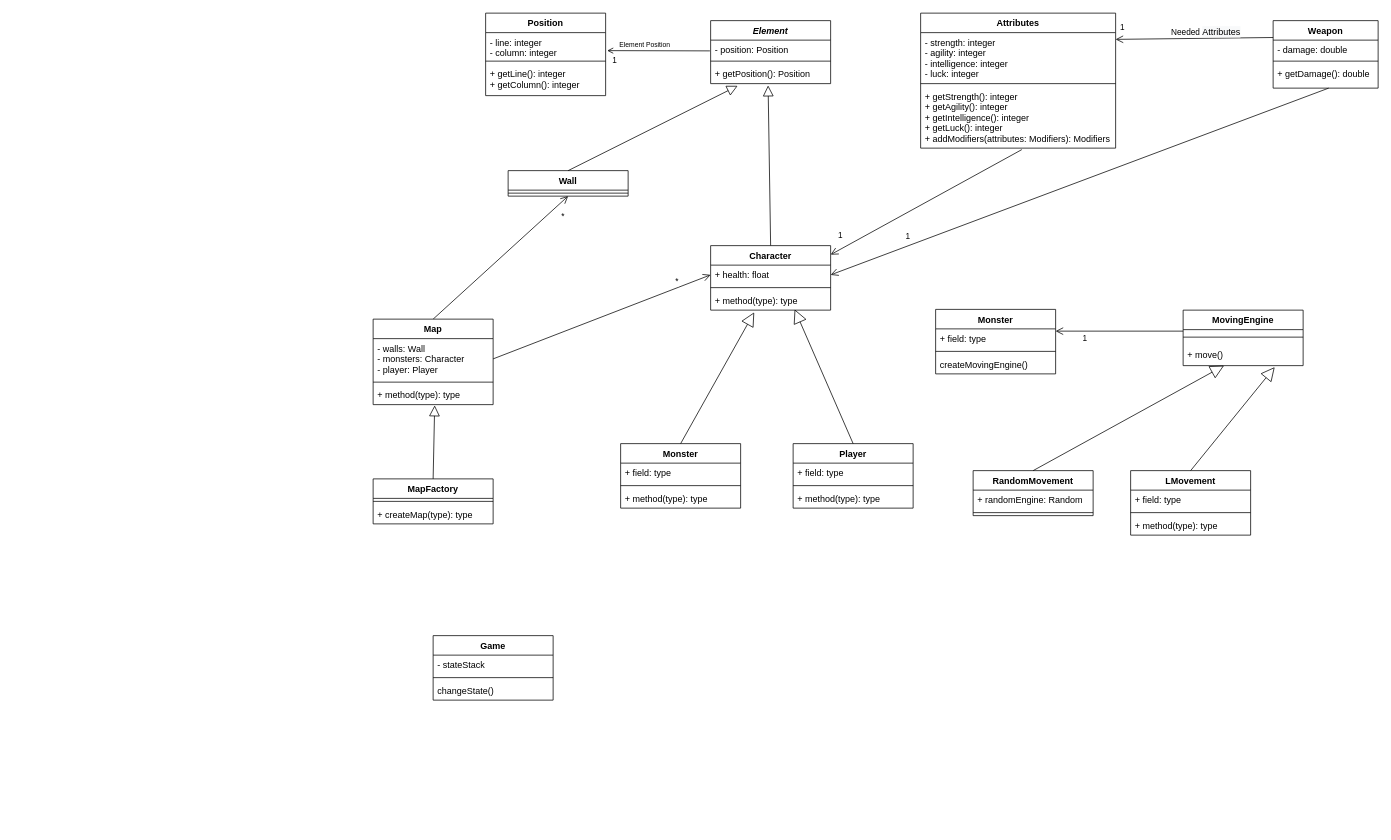
Above: page "Model" (1 of 2) of docs/UMLDiagram.drawio in marhcouto/fallout0 (draw.io), before the change. Source tidied: cells renumbered, new cells numbered last; positions are measured from the earlier drawing's top-left corner, leaving out a move shared by most shapes. Both pictures are drawn from the tidied source at 75%, with x=0, y=0 at pixel (373, 13).
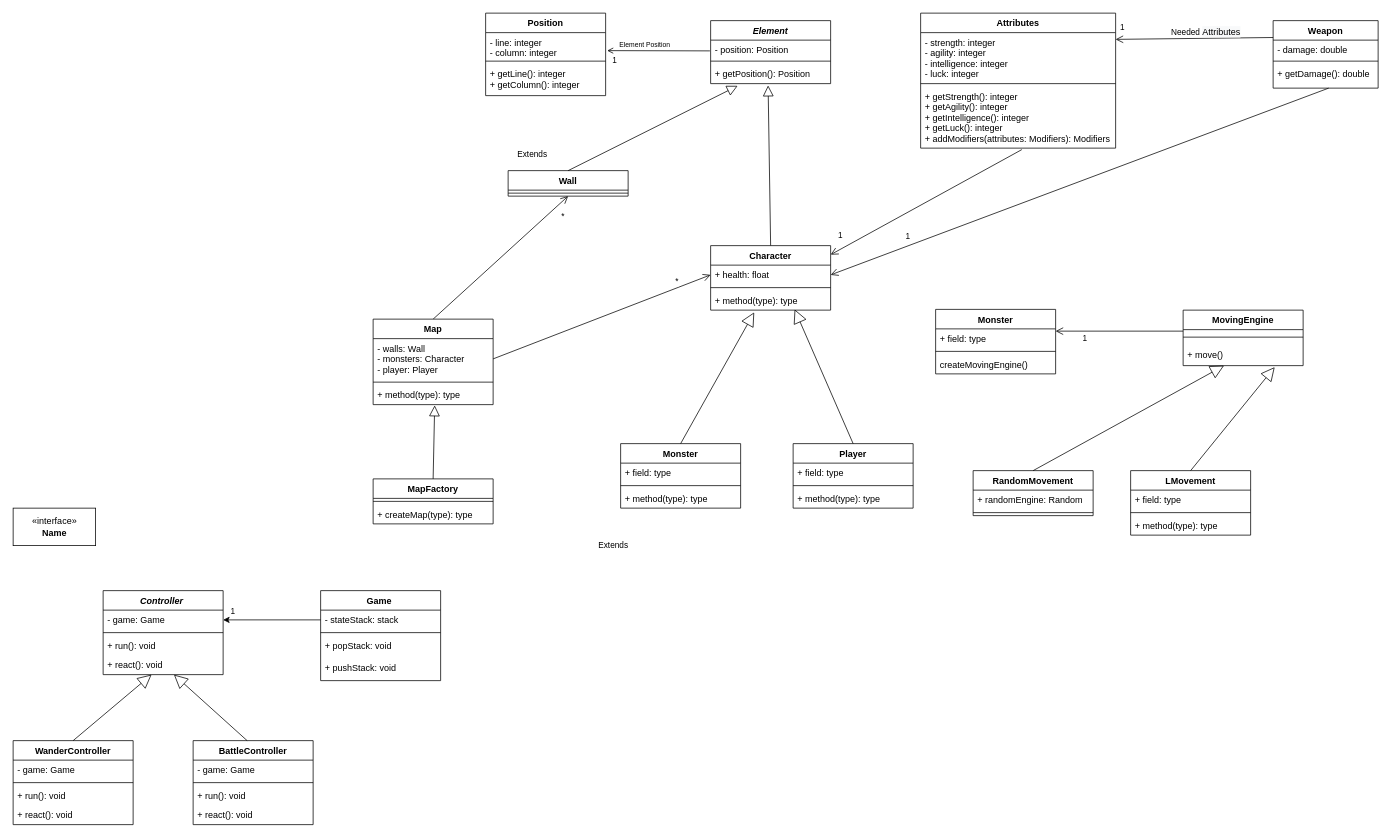
The same diagram, later.

Diff of the diagram source:
```diff
@@
-    <mxCell id="71" value="Game" style="swimlane;fontStyle=1;align=center;verticalAlign=top;horizontal=1;startSize=26;" parent="1" vertex="1">
-      <mxGeometry x="80" y="830" width="160" height="86" as="geometry" />
+    <mxCell id="71" value="Game " style="swimlane;fontStyle=1;align=center;verticalAlign=top;horizontal=1;startSize=26;" parent="1" vertex="1">
+      <mxGeometry x="-70" y="770" width="160" height="120" as="geometry" />
     </mxCell>
-    <mxCell id="72" value="- stateStack" style="text;strokeColor=none;fillColor=none;align=left;verticalAlign=top;spacingLeft=4;spacingRight=4;overflow=hidden;points=[[0,0.5],[1,0.5]];portConstraint=eastwest;" parent="71" vertex="1">
+    <mxCell id="72" value="- stateStack: stack" style="text;strokeColor=none;fillColor=none;align=left;verticalAlign=top;spacingLeft=4;spacingRight=4;overflow=hidden;points=[[0,0.5],[1,0.5]];portConstraint=eastwest;" parent="71" vertex="1">
       <mxGeometry y="26" width="160" height="26" as="geometry" />
     </mxCell>
@@
-    <mxCell id="74" value="changeState()" style="text;strokeColor=none;fillColor=none;align=left;verticalAlign=top;spacingLeft=4;spacingRight=4;overflow=hidden;" parent="71" vertex="1">
-      <mxGeometry y="60" width="160" height="26" as="geometry" />
+    <mxCell id="74" value="+ popStack: void" style="text;strokeColor=none;fillColor=none;align=left;verticalAlign=top;spacingLeft=4;spacingRight=4;overflow=hidden;" parent="71" vertex="1">
+      <mxGeometry y="60" width="160" height="30" as="geometry" />
     </mxCell>
+    <mxCell id="79" value="+ pushStack: void" style="text;strokeColor=none;fillColor=none;align=left;verticalAlign=top;spacingLeft=4;spacingRight=4;overflow=hidden;" parent="71" vertex="1">
+      <mxGeometry y="90" width="160" height="30" as="geometry" />
+    </mxCell>
@@
+    <mxCell id="80" value="&amp;laquo;interface&amp;raquo;&lt;br&gt;&lt;b&gt;Name&lt;/b&gt;" style="html=1;" parent="1" vertex="1">
+      <mxGeometry x="-480" y="660" width="110" height="50" as="geometry" />
+    </mxCell>
+    <mxCell id="81" value="WanderController" style="swimlane;fontStyle=1;align=center;verticalAlign=top;horizontal=1;startSize=26;" parent="1" vertex="1">
+      <mxGeometry x="-480" y="970" width="160" height="112" as="geometry" />
+    </mxCell>
+    <mxCell id="82" value="- game: Game" style="text;strokeColor=none;fillColor=none;align=left;verticalAlign=top;spacingLeft=4;spacingRight=4;overflow=hidden;" parent="81" vertex="1">
+      <mxGeometry y="26" width="160" height="26" as="geometry" />
+    </mxCell>
+    <mxCell id="83" style="line;strokeWidth=1;fillColor=none;align=left;verticalAlign=middle;spacingTop=-1;spacingLeft=3;spacingRight=3;labelPosition=right;" parent="81" vertex="1">
+      <mxGeometry y="52" width="160" height="8" as="geometry" />
+    </mxCell>
+    <mxCell id="84" value="+ run(): void" style="text;strokeColor=none;fillColor=none;align=left;verticalAlign=top;spacingLeft=4;spacingRight=4;overflow=hidden;" parent="81" vertex="1">
+      <mxGeometry y="60" width="160" height="26" as="geometry" />
+    </mxCell>
+    <mxCell id="85" value="+ react(): void" style="text;strokeColor=none;fillColor=none;align=left;verticalAlign=top;spacingLeft=4;spacingRight=4;overflow=hidden;" parent="81" vertex="1">
+      <mxGeometry y="86" width="160" height="26" as="geometry" />
+    </mxCell>
+    <mxCell id="86" value="BattleController" style="swimlane;fontStyle=1;align=center;verticalAlign=top;horizontal=1;startSize=26;" parent="1" vertex="1">
+      <mxGeometry x="-240" y="970" width="160" height="112" as="geometry" />
+    </mxCell>
+    <mxCell id="87" value="- game: Game" style="text;strokeColor=none;fillColor=none;align=left;verticalAlign=top;spacingLeft=4;spacingRight=4;overflow=hidden;" parent="86" vertex="1">
+      <mxGeometry y="26" width="160" height="26" as="geometry" />
+    </mxCell>
+    <mxCell id="88" style="line;strokeWidth=1;fillColor=none;align=left;verticalAlign=middle;spacingTop=-1;spacingLeft=3;spacingRight=3;labelPosition=right;" parent="86" vertex="1">
+      <mxGeometry y="52" width="160" height="8" as="geometry" />
+    </mxCell>
+    <mxCell id="89" value="+ run(): void" style="text;strokeColor=none;fillColor=none;align=left;verticalAlign=top;spacingLeft=4;spacingRight=4;overflow=hidden;" parent="86" vertex="1">
+      <mxGeometry y="60" width="160" height="26" as="geometry" />
+    </mxCell>
+    <mxCell id="90" value="+ react(): void" style="text;strokeColor=none;fillColor=none;align=left;verticalAlign=top;spacingLeft=4;spacingRight=4;overflow=hidden;" parent="86" vertex="1">
+      <mxGeometry y="86" width="160" height="26" as="geometry" />
+    </mxCell>
+    <mxCell id="91" value="Controller " style="swimlane;fontStyle=3;align=center;verticalAlign=top;horizontal=1;startSize=26;html=0;" parent="1" vertex="1">
+      <mxGeometry x="-360" y="770" width="160" height="112" as="geometry" />
+    </mxCell>
+    <mxCell id="92" value="- game: Game" style="text;strokeColor=none;fillColor=none;align=left;verticalAlign=top;spacingLeft=4;spacingRight=4;overflow=hidden;points=[[0,0.5],[1,0.5]];portConstraint=eastwest;" parent="91" vertex="1">
+      <mxGeometry y="26" width="160" height="26" as="geometry" />
+    </mxCell>
+    <mxCell id="93" style="line;strokeWidth=1;fillColor=none;align=left;verticalAlign=middle;spacingTop=-1;spacingLeft=3;spacingRight=3;labelPosition=right;" parent="91" vertex="1">
+      <mxGeometry y="52" width="160" height="8" as="geometry" />
+    </mxCell>
+    <mxCell id="94" value="+ run(): void" style="text;strokeColor=none;fillColor=none;align=left;verticalAlign=top;spacingLeft=4;spacingRight=4;overflow=hidden;" parent="91" vertex="1">
+      <mxGeometry y="60" width="160" height="26" as="geometry" />
+    </mxCell>
+    <mxCell id="95" value="+ react(): void" style="text;strokeColor=none;fillColor=none;align=left;verticalAlign=top;spacingLeft=4;spacingRight=4;overflow=hidden;points=[[0,0.5],[1,0.5]];portConstraint=eastwest;" parent="91" vertex="1">
+      <mxGeometry y="86" width="160" height="26" as="geometry" />
+    </mxCell>
+    <mxCell id="96" value="Extends" style="endArrow=block;endSize=16;endFill=0;html=1;exitX=0.5;exitY=0;exitDx=0;exitDy=0;" parent="1" edge="1" source="81" target="95">
+      <mxGeometry x="1" y="-639" relative="1" as="geometry">
+        <mxPoint x="204" y="-661" as="offset" />
+      </mxGeometry>
+    </mxCell>
+    <mxCell id="97" value="Extends" style="endArrow=block;endSize=16;endFill=0;html=1;" parent="1" edge="1" target="95">
+      <mxGeometry x="1" y="-466" relative="1" as="geometry">
+        <mxPoint x="-168" y="970" as="sourcePoint" />
+        <mxPoint x="165" y="-348" as="offset" />
+      </mxGeometry>
+    </mxCell>
+    <mxCell id="98" style="edgeStyle=orthogonalEdgeStyle;rounded=0;jettySize=auto;html=1;entryX=1;entryY=0.5;entryDx=0;entryDy=0;" parent="1" edge="1" source="72" target="92">
+      <mxGeometry relative="1" as="geometry" />
+    </mxCell>
+    <mxCell id="99" value="1" style="edgeLabel;html=1;align=center;verticalAlign=middle;" parent="98" vertex="1">
+      <mxGeometry x="0.82" y="-3" relative="1" as="geometry">
+        <mxPoint y="-10" as="offset" />
+      </mxGeometry>
+    </mxCell>
```
